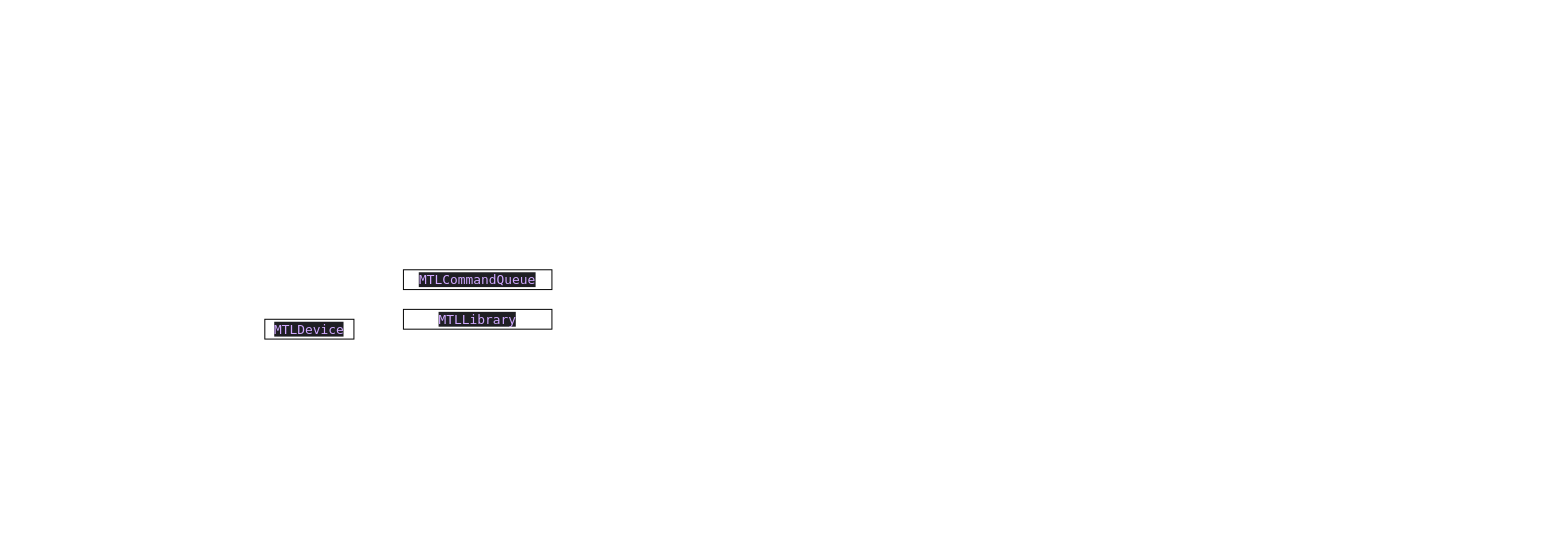
Before: MetalRender.drawio in loleng/mediatools, a draw.io diagram. Source tidied: cells renumbered, new cells numbered last; positions are measured from the earlier drawing's top-left corner, leaving out a move shared by most shapes. Both pictures are drawn from the tidied source at 99%, with x=0, y=0 at pixel (264, 269).
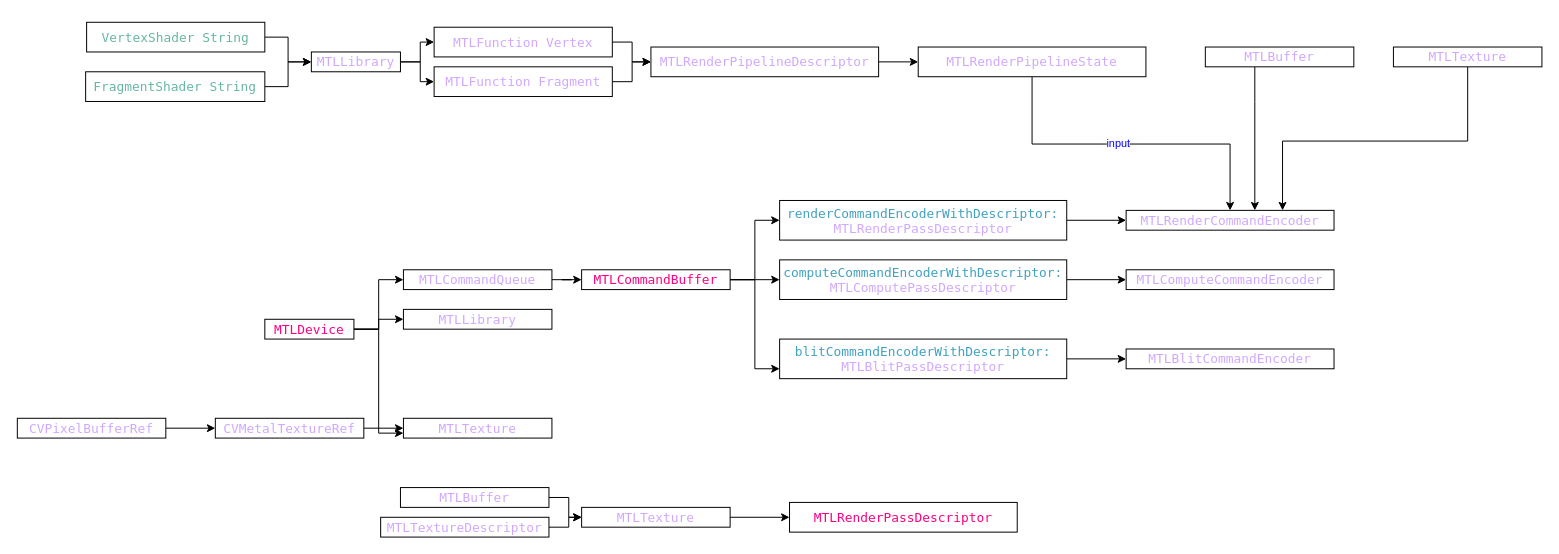
After the change.

What changed in the source:
```diff
@@
+    <mxCell id="5" style="edgeStyle=orthogonalEdgeStyle;rounded=0;jettySize=auto;html=1;fontColor=#000099;entryX=0;entryY=0.5;entryDx=0;entryDy=0;" parent="1" edge="1" source="2" target="3">
+      <mxGeometry relative="1" as="geometry" />
+    </mxCell>
+    <mxCell id="6" style="edgeStyle=orthogonalEdgeStyle;rounded=0;jettySize=auto;html=1;fontColor=#000099;" parent="1" edge="1" source="2" target="4">
+      <mxGeometry relative="1" as="geometry" />
+    </mxCell>
+    <mxCell id="7" style="edgeStyle=orthogonalEdgeStyle;rounded=0;jettySize=auto;html=1;labelBackgroundColor=#ffffff;fontColor=#000099;entryX=0;entryY=0.75;entryDx=0;entryDy=0;" parent="1" edge="1" source="2" target="26">
+      <mxGeometry relative="1" as="geometry" />
+    </mxCell>
-    <mxCell id="2" value="&lt;p style=&quot;margin: 0px ; font-stretch: normal ; font-size: 13px ; line-height: normal ; font-family: &amp;#34;menlo&amp;#34; ; color: rgb(208 , 168 , 255) ; background-color: rgb(31 , 31 , 36)&quot;&gt;MTLDevice&lt;/p&gt;" style="whiteSpace=wrap;html=1;" parent="1" vertex="1">
+    <mxCell id="2" value="&lt;p style=&quot;margin: 0px; font-stretch: normal; font-size: 13px; line-height: normal; font-family: menlo;&quot;&gt;MTLDevice&lt;/p&gt;" style="whiteSpace=wrap;html=1;labelBackgroundColor=#ffffff;fontColor=#FF0080;" parent="1" vertex="1">
       <mxGeometry y="50" width="90" height="20" as="geometry" />
     </mxCell>
+    <mxCell id="8" style="edgeStyle=orthogonalEdgeStyle;rounded=0;jettySize=auto;html=1;fontColor=#000099;" parent="1" edge="1" source="3" target="12">
+      <mxGeometry relative="1" as="geometry" />
+    </mxCell>
-    <mxCell id="3" value="&lt;p style=&quot;margin: 0px ; font-stretch: normal ; font-size: 13px ; line-height: normal ; font-family: &amp;#34;menlo&amp;#34; ; color: rgb(208 , 168 , 255) ; background-color: rgb(31 , 31 , 36)&quot;&gt;MTLCommandQueue&lt;/p&gt;" style="whiteSpace=wrap;html=1;" parent="1" vertex="1">
+    <mxCell id="3" value="&lt;p style=&quot;margin: 0px; font-stretch: normal; font-size: 13px; line-height: normal; font-family: menlo; color: rgb(208, 168, 255);&quot;&gt;MTLCommandQueue&lt;/p&gt;" style="whiteSpace=wrap;html=1;labelBackgroundColor=#ffffff;" parent="1" vertex="1">
       <mxGeometry x="140" width="150" height="20" as="geometry" />
     </mxCell>
-    <mxCell id="4" value="&lt;p style=&quot;margin: 0px ; font-stretch: normal ; font-size: 13px ; line-height: normal ; font-family: &amp;#34;menlo&amp;#34; ; color: rgb(208 , 168 , 255) ; background-color: rgb(31 , 31 , 36)&quot;&gt;MTLLibrary&lt;/p&gt;" style="whiteSpace=wrap;html=1;" parent="1" vertex="1">
+    <mxCell id="4" value="&lt;p style=&quot;margin: 0px; font-stretch: normal; font-size: 13px; line-height: normal; font-family: menlo; color: rgb(208, 168, 255);&quot;&gt;MTLLibrary&lt;/p&gt;" style="whiteSpace=wrap;html=1;labelBackgroundColor=#ffffff;" parent="1" vertex="1">
       <mxGeometry x="140" y="40" width="150" height="20" as="geometry" />
     </mxCell>
+    <mxCell id="9" style="edgeStyle=orthogonalEdgeStyle;rounded=0;jettySize=auto;html=1;fontColor=#000099;entryX=0;entryY=0.5;entryDx=0;entryDy=0;" parent="1" edge="1" source="12" target="14">
+      <mxGeometry relative="1" as="geometry" />
+    </mxCell>
+    <mxCell id="10" style="edgeStyle=orthogonalEdgeStyle;rounded=0;jettySize=auto;html=1;fontColor=#000099;entryX=0;entryY=0.75;entryDx=0;entryDy=0;" parent="1" edge="1" source="12" target="18">
+      <mxGeometry relative="1" as="geometry" />
+    </mxCell>
+    <mxCell id="11" style="edgeStyle=orthogonalEdgeStyle;rounded=0;jettySize=auto;html=1;fontColor=#000099;" parent="1" edge="1" source="12" target="16">
+      <mxGeometry relative="1" as="geometry" />
+    </mxCell>
+    <mxCell id="12" value="&lt;p style=&quot;margin: 0px ; font-style: normal ; font-weight: normal ; font-stretch: normal ; font-size: 13px ; line-height: normal ; font-family: &amp;quot;menlo&amp;quot;&quot;&gt;&lt;font&gt;MTLCommandBuffer&lt;/font&gt;&lt;/p&gt;" style="whiteSpace=wrap;html=1;labelBackgroundColor=#ffffff;fontColor=#FF0080;" parent="1" vertex="1">
+      <mxGeometry x="320" width="150" height="20" as="geometry" />
+    </mxCell>
+    <mxCell id="13" style="edgeStyle=orthogonalEdgeStyle;rounded=0;jettySize=auto;html=1;fontColor=#000099;" parent="1" edge="1" source="14" target="19">
+      <mxGeometry relative="1" as="geometry" />
+    </mxCell>
+    <mxCell id="14" value="&lt;p style=&quot;margin: 0px ; font-style: normal ; font-weight: normal ; font-stretch: normal ; font-size: 13px ; line-height: normal ; font-family: &amp;quot;menlo&amp;quot; ; color: rgb(208 , 168 , 255)&quot;&gt;&lt;span style=&quot;color: rgb(65 , 161 , 192) ; text-align: left&quot;&gt;renderCommandEncoderWithDescriptor:&lt;/span&gt;&lt;br&gt;&lt;/p&gt;&lt;p style=&quot;margin: 0px; font-stretch: normal; font-size: 13px; line-height: normal; font-family: menlo; color: rgb(208, 168, 255);&quot;&gt;MTLRenderPassDescriptor&lt;/p&gt;" style="whiteSpace=wrap;html=1;fillColor=#FFFFFF;labelBackgroundColor=#ffffff;" parent="1" vertex="1">
+      <mxGeometry x="520" y="-70" width="290" height="40" as="geometry" />
+    </mxCell>
+    <mxCell id="15" style="edgeStyle=orthogonalEdgeStyle;rounded=0;jettySize=auto;html=1;fontColor=#000099;" parent="1" edge="1" source="16" target="20">
+      <mxGeometry relative="1" as="geometry" />
+    </mxCell>
+    <mxCell id="16" value="&lt;p style=&quot;margin: 0px ; font-stretch: normal ; font-size: 13px ; line-height: normal ; font-family: &amp;quot;menlo&amp;quot; ; color: rgb(65 , 161 , 192)&quot;&gt;computeCommandEncoderWithDescriptor:&lt;/p&gt;&lt;p style=&quot;margin: 0px; font-stretch: normal; font-size: 13px; line-height: normal; font-family: menlo; color: rgb(208, 168, 255);&quot;&gt;MTLComputePassDescriptor&lt;/p&gt;" style="whiteSpace=wrap;html=1;labelBackgroundColor=#ffffff;" parent="1" vertex="1">
+      <mxGeometry x="520" y="-10" width="290" height="40" as="geometry" />
+    </mxCell>
+    <mxCell id="17" style="edgeStyle=orthogonalEdgeStyle;rounded=0;jettySize=auto;html=1;fontColor=#000099;" parent="1" edge="1" source="18" target="21">
+      <mxGeometry relative="1" as="geometry" />
+    </mxCell>
+    <mxCell id="18" value="&lt;p style=&quot;margin: 0px ; font-stretch: normal ; font-size: 13px ; line-height: normal ; font-family: &amp;quot;menlo&amp;quot; ; color: rgb(65 , 161 , 192)&quot;&gt;blitCommandEncoderWithDescriptor:&lt;/p&gt;&lt;p style=&quot;margin: 0px; font-stretch: normal; font-size: 13px; line-height: normal; font-family: menlo; color: rgb(208, 168, 255);&quot;&gt;MTLBlitPassDescriptor&lt;/p&gt;" style="whiteSpace=wrap;html=1;labelBackgroundColor=#ffffff;" parent="1" vertex="1">
+      <mxGeometry x="520" y="70" width="290" height="40" as="geometry" />
+    </mxCell>
+    <mxCell id="19" value="&lt;p style=&quot;margin: 0px; font-stretch: normal; font-size: 13px; line-height: normal; font-family: menlo; color: rgb(208, 168, 255);&quot;&gt;MTLRenderCommandEncoder&lt;/p&gt;" style="whiteSpace=wrap;html=1;labelBackgroundColor=#ffffff;" parent="1" vertex="1">
+      <mxGeometry x="870" y="-60" width="210" height="20" as="geometry" />
+    </mxCell>
+    <mxCell id="20" value="&lt;p style=&quot;margin: 0px; font-stretch: normal; font-size: 13px; line-height: normal; font-family: menlo; color: rgb(208, 168, 255);&quot;&gt;MTLComputeCommandEncoder&lt;/p&gt;" style="whiteSpace=wrap;html=1;labelBackgroundColor=#ffffff;" parent="1" vertex="1">
+      <mxGeometry x="870" width="210" height="20" as="geometry" />
+    </mxCell>
+    <mxCell id="21" value="&lt;p style=&quot;margin: 0px; font-stretch: normal; font-size: 13px; line-height: normal; font-family: menlo; color: rgb(208, 168, 255);&quot;&gt;MTLBlitCommandEncoder&lt;/p&gt;" style="whiteSpace=wrap;html=1;labelBackgroundColor=#ffffff;" parent="1" vertex="1">
+      <mxGeometry x="870" y="80" width="210" height="20" as="geometry" />
+    </mxCell>
+    <mxCell id="22" style="edgeStyle=orthogonalEdgeStyle;rounded=0;jettySize=auto;html=1;fontColor=#000099;labelBackgroundColor=#ffffff;" parent="1" edge="1" source="23" target="25">
+      <mxGeometry relative="1" as="geometry" />
+    </mxCell>
+    <mxCell id="23" value="&lt;p style=&quot;margin: 0px; font-stretch: normal; font-size: 13px; line-height: normal; font-family: menlo; color: rgb(208, 168, 255);&quot;&gt;CVPixelBufferRef&lt;/p&gt;" style="whiteSpace=wrap;html=1;labelBackgroundColor=#ffffff;" parent="1" vertex="1">
+      <mxGeometry x="-250" y="150" width="150" height="20" as="geometry" />
+    </mxCell>
+    <mxCell id="24" style="edgeStyle=orthogonalEdgeStyle;rounded=0;jettySize=auto;html=1;fontColor=#000099;labelBackgroundColor=#ffffff;" parent="1" edge="1" source="25" target="26">
+      <mxGeometry relative="1" as="geometry" />
+    </mxCell>
+    <mxCell id="25" value="&lt;p style=&quot;margin: 0px; font-stretch: normal; font-size: 13px; line-height: normal; font-family: menlo; color: rgb(208, 168, 255);&quot;&gt;CVMetalTextureRef&lt;/p&gt;" style="whiteSpace=wrap;html=1;labelBackgroundColor=#ffffff;" parent="1" vertex="1">
+      <mxGeometry x="-50" y="150" width="150" height="20" as="geometry" />
+    </mxCell>
+    <mxCell id="26" value="&lt;p style=&quot;margin: 0px; font-stretch: normal; font-size: 13px; line-height: normal; font-family: menlo; color: rgb(208, 168, 255);&quot;&gt;MTLTexture&lt;/p&gt;" style="whiteSpace=wrap;html=1;labelBackgroundColor=#ffffff;" parent="1" vertex="1">
+      <mxGeometry x="140" y="150" width="150" height="20" as="geometry" />
+    </mxCell>
+    <mxCell id="27" style="edgeStyle=orthogonalEdgeStyle;rounded=0;jettySize=auto;html=1;labelBackgroundColor=#ffffff;fontColor=#000099;" parent="1" edge="1" source="28" target="49">
+      <mxGeometry relative="1" as="geometry" />
+    </mxCell>
+    <mxCell id="28" value="&lt;p style=&quot;margin: 0px ; font-stretch: normal ; font-size: 13px ; line-height: normal ; font-family: &amp;quot;menlo&amp;quot; ; color: rgb(208 , 168 , 255)&quot;&gt;&lt;span style=&quot;text-align: left;&quot;&gt;MTLBuffer&lt;/span&gt;&lt;br&gt;&lt;/p&gt;" style="whiteSpace=wrap;html=1;labelBackgroundColor=#ffffff;" parent="1" vertex="1">
+      <mxGeometry x="137" y="220" width="150" height="20" as="geometry" />
+    </mxCell>
+    <mxCell id="29" style="edgeStyle=orthogonalEdgeStyle;rounded=0;jettySize=auto;html=1;labelBackgroundColor=#ffffff;fontColor=#000099;" parent="1" edge="1" source="30" target="35">
+      <mxGeometry relative="1" as="geometry" />
+    </mxCell>
+    <mxCell id="30" value="&lt;p style=&quot;margin: 0px ; font-stretch: normal ; font-size: 13px ; line-height: normal ; font-family: &amp;#34;menlo&amp;#34; ; color: rgb(208 , 168 , 255)&quot;&gt;&lt;span style=&quot;color: rgb(103 , 183 , 164) ; text-align: left&quot;&gt;VertexShader String&lt;/span&gt;&lt;br&gt;&lt;/p&gt;" style="whiteSpace=wrap;html=1;labelBackgroundColor=#ffffff;" parent="1" vertex="1">
+      <mxGeometry x="-180" y="-250" width="180" height="30" as="geometry" />
+    </mxCell>
+    <mxCell id="31" style="edgeStyle=orthogonalEdgeStyle;rounded=0;jettySize=auto;html=1;labelBackgroundColor=#ffffff;fontColor=#000099;" parent="1" edge="1" source="32" target="35">
+      <mxGeometry relative="1" as="geometry" />
+    </mxCell>
+    <mxCell id="32" value="&lt;p style=&quot;margin: 0px ; font-stretch: normal ; font-size: 13px ; line-height: normal ; font-family: &amp;#34;menlo&amp;#34; ; color: rgb(208 , 168 , 255)&quot;&gt;&lt;span style=&quot;color: rgb(103 , 183 , 164) ; text-align: left&quot;&gt;FragmentShader String&lt;/span&gt;&lt;/p&gt;" style="whiteSpace=wrap;html=1;labelBackgroundColor=#ffffff;" parent="1" vertex="1">
+      <mxGeometry x="-181" y="-200" width="181" height="30" as="geometry" />
+    </mxCell>
+    <mxCell id="33" style="edgeStyle=orthogonalEdgeStyle;rounded=0;jettySize=auto;html=1;labelBackgroundColor=#ffffff;fontColor=#000099;" parent="1" edge="1" source="35" target="39">
+      <mxGeometry relative="1" as="geometry" />
+    </mxCell>
+    <mxCell id="34" style="edgeStyle=orthogonalEdgeStyle;rounded=0;jettySize=auto;html=1;labelBackgroundColor=#ffffff;fontColor=#000099;entryX=0;entryY=0.5;entryDx=0;entryDy=0;" parent="1" edge="1" source="35" target="37">
+      <mxGeometry relative="1" as="geometry" />
+    </mxCell>
+    <mxCell id="35" value="&lt;span style=&quot;color: rgb(208, 168, 255); font-family: menlo; font-size: 13px; font-style: normal; font-weight: normal; letter-spacing: normal; text-align: left; text-indent: 0px; text-transform: none; word-spacing: 0px; text-decoration: none; display: inline; float: none;&quot;&gt;MTLLibrary&lt;/span&gt;" style="whiteSpace=wrap;html=1;labelBackgroundColor=#ffffff;" parent="1" vertex="1">
+      <mxGeometry x="47" y="-220" width="90" height="20" as="geometry" />
+    </mxCell>
+    <mxCell id="36" style="edgeStyle=orthogonalEdgeStyle;rounded=0;jettySize=auto;html=1;labelBackgroundColor=#ffffff;fontColor=#000099;" parent="1" edge="1" source="37" target="41">
+      <mxGeometry relative="1" as="geometry" />
+    </mxCell>
+    <mxCell id="37" value="&lt;p style=&quot;margin: 0px; font-stretch: normal; font-size: 13px; line-height: normal; font-family: menlo; color: rgb(208, 168, 255);&quot;&gt;MTLFunction Vertex&lt;/p&gt;" style="whiteSpace=wrap;html=1;labelBackgroundColor=#ffffff;" parent="1" vertex="1">
+      <mxGeometry x="171" y="-245" width="180" height="30" as="geometry" />
+    </mxCell>
+    <mxCell id="38" style="edgeStyle=orthogonalEdgeStyle;rounded=0;jettySize=auto;html=1;labelBackgroundColor=#ffffff;fontColor=#000099;" parent="1" edge="1" source="39" target="41">
+      <mxGeometry relative="1" as="geometry" />
+    </mxCell>
+    <mxCell id="39" value="&lt;p style=&quot;margin: 0px; font-stretch: normal; font-size: 13px; line-height: normal; font-family: menlo; color: rgb(208, 168, 255);&quot;&gt;MTLFunction Fragment&lt;/p&gt;" style="whiteSpace=wrap;html=1;labelBackgroundColor=#ffffff;" parent="1" vertex="1">
+      <mxGeometry x="171" y="-205" width="180" height="30" as="geometry" />
+    </mxCell>
+    <mxCell id="40" style="edgeStyle=orthogonalEdgeStyle;rounded=0;jettySize=auto;html=1;labelBackgroundColor=#ffffff;fontColor=#000099;" parent="1" edge="1" source="41" target="45">
+      <mxGeometry relative="1" as="geometry" />
+    </mxCell>
+    <mxCell id="41" value="&lt;p style=&quot;margin: 0px; font-stretch: normal; font-size: 13px; line-height: normal; font-family: menlo; color: rgb(208, 168, 255);&quot;&gt;MTLRenderPipelineDescriptor&lt;/p&gt;" style="whiteSpace=wrap;html=1;labelBackgroundColor=#ffffff;" parent="1" vertex="1">
+      <mxGeometry x="390" y="-225" width="230" height="30" as="geometry" />
+    </mxCell>
+    <mxCell id="42" value="&lt;p style=&quot;margin: 0.0px 0.0px 0.0px 0.0px ; font: 13.0px &amp;#34;menlo&amp;#34; ; color: #d0a8ff ; background-color: #1f1f24&quot;&gt;&lt;br&gt;&lt;/p&gt;" style="text;whiteSpace=wrap;html=1;fontColor=#000099;" parent="1" vertex="1">
+      <mxGeometry x="890" y="-255" width="200" height="30" as="geometry" />
+    </mxCell>
+    <mxCell id="43" style="edgeStyle=orthogonalEdgeStyle;rounded=0;jettySize=auto;html=1;entryX=0.5;entryY=0;entryDx=0;entryDy=0;labelBackgroundColor=#ffffff;fontColor=#000099;" parent="1" edge="1" source="45" target="19">
+      <mxGeometry relative="1" as="geometry">
+        <Array as="points">
+          <mxPoint x="775" y="-127" />
+          <mxPoint x="975" y="-127" />
+        </Array>
+      </mxGeometry>
+    </mxCell>
+    <mxCell id="44" value="input" style="edgeLabel;html=1;align=center;verticalAlign=middle;fontColor=#0000FF;" parent="43" vertex="1">
+      <mxGeometry x="-0.08" y="3" relative="1" as="geometry">
+        <mxPoint y="1" as="offset" />
+      </mxGeometry>
+    </mxCell>
+    <mxCell id="45" value="&lt;span style=&quot;color: rgb(208, 168, 255); font-family: menlo; font-size: 13px; font-style: normal; font-weight: normal; letter-spacing: normal; text-align: left; text-indent: 0px; text-transform: none; word-spacing: 0px; text-decoration: none; display: inline; float: none;&quot;&gt;MTLRenderPipelineState&lt;/span&gt;" style="whiteSpace=wrap;html=1;labelBackgroundColor=#ffffff;" parent="1" vertex="1">
+      <mxGeometry x="660" y="-225" width="230" height="30" as="geometry" />
+    </mxCell>
+    <mxCell id="46" style="edgeStyle=orthogonalEdgeStyle;rounded=0;jettySize=auto;html=1;labelBackgroundColor=#ffffff;fontColor=#000099;" parent="1" edge="1" source="47" target="49">
+      <mxGeometry relative="1" as="geometry" />
+    </mxCell>
+    <mxCell id="47" value="&lt;p style=&quot;margin: 0px; font-stretch: normal; font-size: 13px; line-height: normal; font-family: menlo; color: rgb(208, 168, 255);&quot;&gt;MTLTextureDescriptor&lt;/p&gt;" style="whiteSpace=wrap;html=1;labelBackgroundColor=#ffffff;" parent="1" vertex="1">
+      <mxGeometry x="117" y="250" width="170" height="20" as="geometry" />
+    </mxCell>
+    <mxCell id="48" style="edgeStyle=orthogonalEdgeStyle;rounded=0;jettySize=auto;html=1;labelBackgroundColor=#ffffff;fontColor=#000099;" parent="1" edge="1" source="49" target="50">
+      <mxGeometry relative="1" as="geometry" />
+    </mxCell>
+    <mxCell id="49" value="&lt;p style=&quot;margin: 0px; font-stretch: normal; font-size: 13px; line-height: normal; font-family: menlo; color: rgb(208, 168, 255);&quot;&gt;MTLTexture&lt;/p&gt;" style="whiteSpace=wrap;html=1;labelBackgroundColor=#ffffff;" parent="1" vertex="1">
+      <mxGeometry x="320" y="240" width="150" height="20" as="geometry" />
+    </mxCell>
+    <mxCell id="50" value="&lt;span style=&quot;font-family: &amp;#34;menlo&amp;#34; ; font-size: 13px ; font-style: normal ; font-weight: normal ; letter-spacing: normal ; text-align: center ; text-indent: 0px ; text-transform: none ; word-spacing: 0px ; background-color: rgb(255 , 255 , 255) ; text-decoration: none ; display: inline ; float: none&quot;&gt;&lt;font color=&quot;#ff0080&quot;&gt;MTLRenderPassDescriptor&lt;/font&gt;&lt;/span&gt;" style="whiteSpace=wrap;html=1;labelBackgroundColor=#ffffff;" parent="1" vertex="1">
+      <mxGeometry x="530" y="235" width="230" height="30" as="geometry" />
+    </mxCell>
+    <mxCell id="51" style="edgeStyle=orthogonalEdgeStyle;rounded=0;jettySize=auto;html=1;labelBackgroundColor=#ffffff;fontColor=#0000FF;" parent="1" edge="1" source="52" target="19">
+      <mxGeometry relative="1" as="geometry">
+        <Array as="points">
+          <mxPoint x="1000" y="-170" />
+          <mxPoint x="1000" y="-170" />
+        </Array>
+      </mxGeometry>
+    </mxCell>
+    <mxCell id="52" value="&lt;p style=&quot;margin: 0px ; font-stretch: normal ; font-size: 13px ; line-height: normal ; font-family: &amp;quot;menlo&amp;quot; ; color: rgb(208 , 168 , 255)&quot;&gt;&lt;span style=&quot;text-align: left;&quot;&gt;MTLBuffer&lt;/span&gt;&lt;br&gt;&lt;/p&gt;" style="whiteSpace=wrap;html=1;labelBackgroundColor=#ffffff;" parent="1" vertex="1">
+      <mxGeometry x="950" y="-225" width="150" height="20" as="geometry" />
+    </mxCell>
+    <mxCell id="53" style="edgeStyle=orthogonalEdgeStyle;rounded=0;jettySize=auto;html=1;labelBackgroundColor=#ffffff;fontColor=#0000FF;" parent="1" edge="1" source="54">
+      <mxGeometry relative="1" as="geometry">
+        <mxPoint x="1028" y="-60" as="targetPoint" />
+        <Array as="points">
+          <mxPoint x="1215" y="-130" />
+          <mxPoint x="1028" y="-130" />
+        </Array>
+      </mxGeometry>
+    </mxCell>
+    <mxCell id="54" value="&lt;p style=&quot;margin: 0px; font-stretch: normal; font-size: 13px; line-height: normal; font-family: menlo; color: rgb(208, 168, 255);&quot;&gt;MTLTexture&lt;/p&gt;" style="whiteSpace=wrap;html=1;labelBackgroundColor=#ffffff;" parent="1" vertex="1">
+      <mxGeometry x="1140" y="-225" width="150" height="20" as="geometry" />
+    </mxCell>
```
